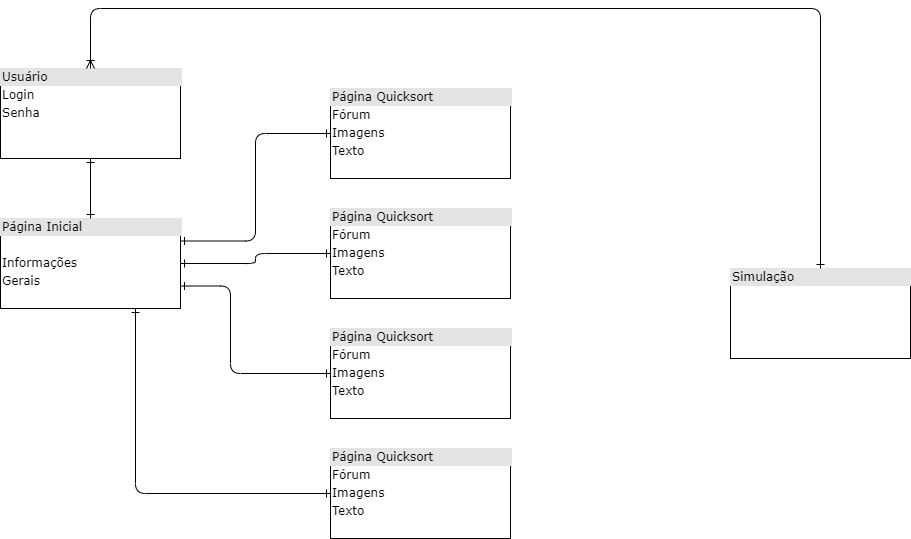
Earlier version of the draw.io export imagensEdiagramas/MER.png (12pedro07/12pedro07.github.io). Source tidied: cells renumbered, new cells last; positions are measured from the earlier drawing's top-left corner, leaving out a move shared by most shapes.
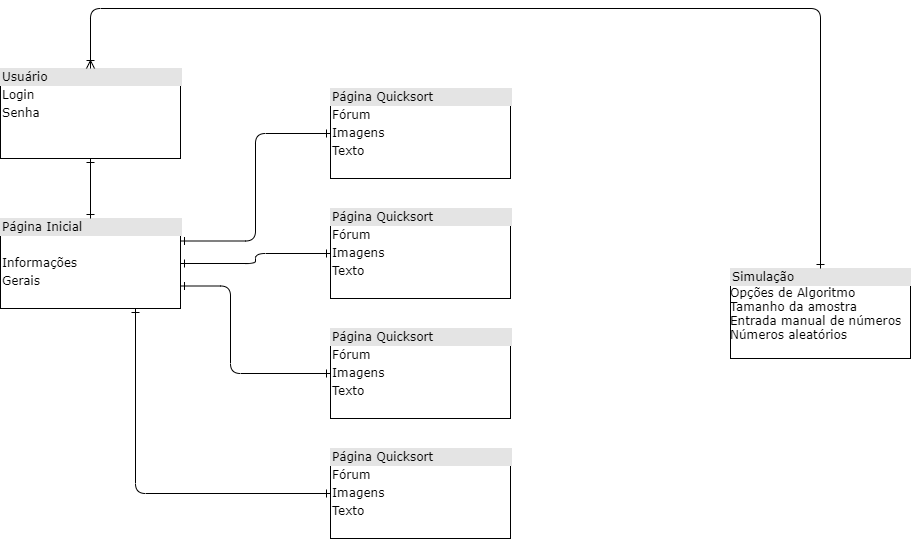
After the change.

Commit message:
MER atualizado

The edit, as a diff of the source:
```diff
@@ -44,16 +44,16 @@
         </Array>
       </mxGeometry>
     </mxCell>
-    <mxCell id="13" value="&lt;div style=&quot;box-sizing: border-box ; width: 100% ; background: #e4e4e4 ; padding: 2px&quot;&gt;Simulação&lt;/div&gt;&lt;table style=&quot;width: 100% ; font-size: 1em&quot; cellpadding=&quot;2&quot; cellspacing=&quot;0&quot;&gt;&lt;tbody&gt;&lt;tr&gt;&lt;td&gt;&lt;br&gt;&lt;/td&gt;&lt;td&gt;&lt;/td&gt;&lt;/tr&gt;&lt;/tbody&gt;&lt;/table&gt;" style="verticalAlign=top;align=left;overflow=fill;html=1;rounded=0;shadow=0;comic=0;labelBackgroundColor=none;strokeWidth=1;fontFamily=Verdana;fontSize=12;" parent="1" vertex="1">
-      <mxGeometry x="730" y="260" width="180" height="90" as="geometry" />
-    </mxCell>
-    <mxCell id="14" style="edgeStyle=orthogonalEdgeStyle;html=1;endArrow=ERoneToMany;startArrow=ERone;labelBackgroundColor=none;fontFamily=Verdana;fontSize=12;align=left;startFill=0;endFill=0;exitX=0.5;exitY=0;exitDx=0;exitDy=0;entryX=0.5;entryY=0;entryDx=0;entryDy=0;" parent="1" edge="1" source="13" target="2">
-      <mxGeometry relative="1" as="geometry">
-        <Array as="points">
-          <mxPoint x="820" />
-          <mxPoint x="90" />
-        </Array>
-      </mxGeometry>
-    </mxCell>
+    <mxCell id="15" value="&lt;div style=&quot;box-sizing: border-box ; width: 100% ; background: #e4e4e4 ; padding: 2px&quot;&gt;Simulação&lt;/div&gt;Opções de Algoritmo&lt;br&gt;Tamanho da amostra&lt;br&gt;Entrada manual de números&lt;br&gt;Números aleatórios&lt;br&gt;&lt;table style=&quot;width: 100% ; font-size: 1em&quot; cellpadding=&quot;2&quot; cellspacing=&quot;0&quot;&gt;&lt;tbody&gt;&lt;tr&gt;&lt;td&gt;&lt;br&gt;&lt;/td&gt;&lt;td&gt;&lt;/td&gt;&lt;/tr&gt;&lt;/tbody&gt;&lt;/table&gt;" style="verticalAlign=top;align=left;overflow=fill;html=1;rounded=0;shadow=0;comic=0;labelBackgroundColor=none;strokeWidth=1;fontFamily=Verdana;fontSize=12;" parent="1" vertex="1">
+      <mxGeometry x="730" y="260" width="180" height="90" as="geometry" />
+    </mxCell>
+    <mxCell id="16" style="edgeStyle=orthogonalEdgeStyle;html=1;endArrow=ERoneToMany;startArrow=ERone;labelBackgroundColor=none;fontFamily=Verdana;fontSize=12;align=left;startFill=0;endFill=0;exitX=0.5;exitY=0;exitDx=0;exitDy=0;entryX=0.5;entryY=0;entryDx=0;entryDy=0;" parent="1" edge="1" source="15" target="2">
+      <mxGeometry relative="1" as="geometry">
+        <Array as="points">
+          <mxPoint x="820" />
+          <mxPoint x="90" />
+        </Array>
+      </mxGeometry>
+    </mxCell>
   </root>
 </mxGraphModel>
```
